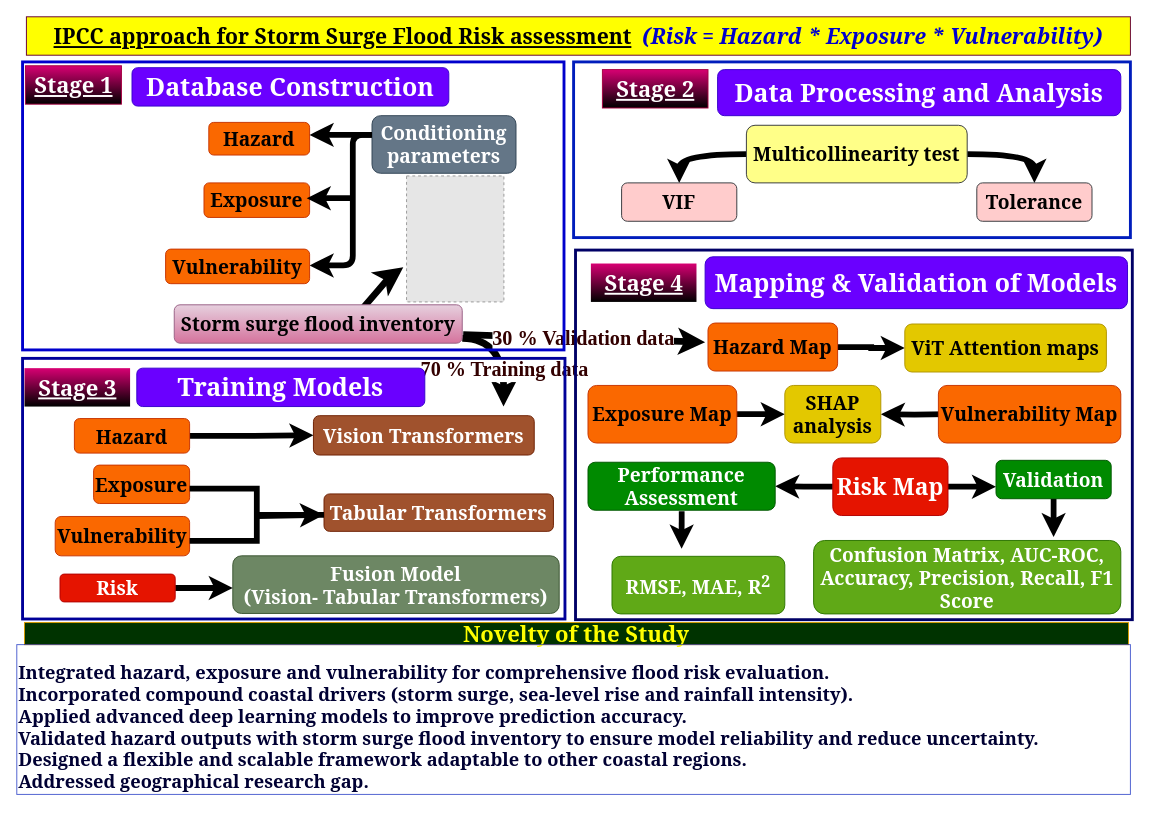
Before: page "Storm surge flood Risk" (3 of 4) of Untitled Diagram.drawio in Daawarb/Daawarb, a draw.io diagram. Source tidied: cells renumbered, new cells numbered last; positions are measured from the earlier drawing's top-left corner, leaving out a move shared by most shapes. Both pictures are drawn from the tidied source at 96%, with x=0, y=0 at pixel (16, 16). Pictures stored in the file or linked from it are replaced by grey dashed boxes.
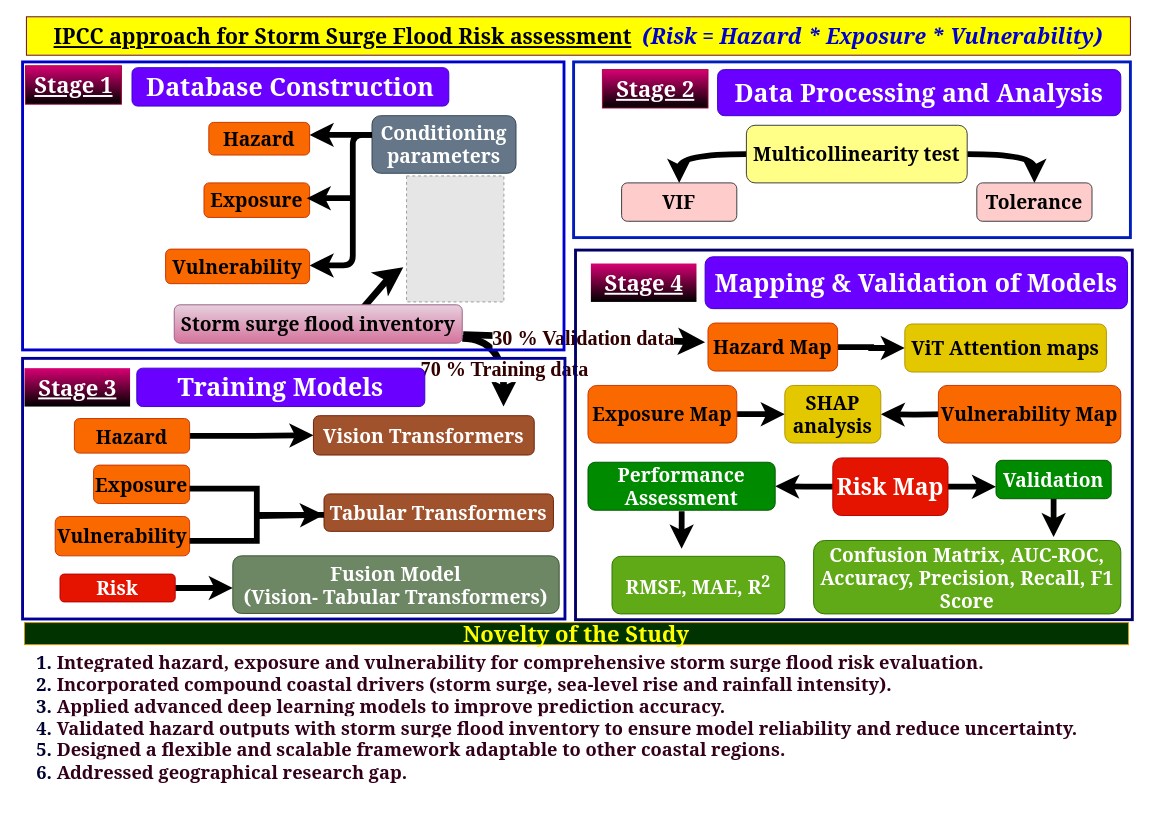
Above is the later version.

The edit, as a diff of the source:
```diff
@@
-    <mxCell id="60" value="&lt;p style=&quot;margin-bottom: 0cm;&quot;&gt;&lt;/p&gt;&lt;div style=&quot;text-align: justify;&quot;&gt;&lt;b style=&quot;color: light-dark(rgb(0, 0, 51), rgb(231, 231, 255)); font-size: 19px; font-family: Georgia; background-color: transparent;&quot;&gt;&lt;span style=&quot;background-color: transparent;&quot;&gt;Integrated hazard, exposure and&amp;nbsp;&lt;/span&gt;&lt;span style=&quot;background-color: transparent;&quot;&gt;vulnerability for comprehensive flood risk evaluation.&lt;/span&gt;&lt;/b&gt;&lt;br&gt;&lt;b style=&quot;color: light-dark(rgb(0, 0, 51), rgb(231, 231, 255)); font-size: 19px; font-family: Georgia; background-color: transparent;&quot;&gt;&lt;span style=&quot;background-color: transparent;&quot;&gt;Incorporated compound coastal drivers (storm&amp;nbsp;&lt;/span&gt;&lt;span style=&quot;background-color: transparent;&quot;&gt;surge, sea-level rise and rainfall intensity).&lt;/span&gt;&lt;/b&gt;&lt;br&gt;&lt;b style=&quot;color: light-dark(rgb(0, 0, 51), rgb(231, 231, 255)); font-size: 19px; font-family: Georgia; background-color: transparent;&quot;&gt;&lt;span style=&quot;background-color: transparent;&quot;&gt;Applied advanced deep learning models to&amp;nbsp;&lt;/span&gt;&lt;span style=&quot;background-color: transparent;&quot;&gt;improve prediction accuracy.&lt;/span&gt;&lt;/b&gt;&lt;br&gt;&lt;b style=&quot;color: light-dark(rgb(0, 0, 51), rgb(231, 231, 255)); font-size: 19px; font-family: Georgia; background-color: transparent;&quot;&gt;&lt;span style=&quot;background-color: transparent;&quot;&gt;Validated hazard outputs with storm&amp;nbsp;&lt;/span&gt;&lt;span style=&quot;background-color: transparent;&quot;&gt;surge flood inventory to ensure model reliability and reduce uncertainty.&lt;/span&gt;&lt;/b&gt;&lt;br&gt;&lt;b style=&quot;color: light-dark(rgb(0, 0, 51), rgb(231, 231, 255)); font-size: 19px; font-family: Georgia; background-color: transparent;&quot;&gt;&lt;span style=&quot;background-color: transparent;&quot;&gt;Designed a flexible and scalable&amp;nbsp;&lt;/span&gt;&lt;span style=&quot;background-color: transparent;&quot;&gt;framework adaptable to other coastal regions.&lt;/span&gt;&lt;/b&gt;&lt;br&gt;&lt;b style=&quot;color: light-dark(rgb(0, 0, 51), rgb(231, 231, 255)); font-size: 19px; font-family: Georgia; background-color: transparent;&quot;&gt;Addressed geographical research gap.&lt;/b&gt;&lt;/div&gt;" style="text;html=1;whiteSpace=wrap;strokeColor=#001DBC;fillColor=none;align=left;verticalAlign=middle;rounded=0;fontSize=16;fillStyle=auto;fontColor=#ffffff;opacity=70;glass=0;shadow=0;" parent="1" vertex="1">
-      <mxGeometry y="654" width="1160" height="156" as="geometry" />
+    <mxCell id="60" value="&lt;p style=&quot;margin-bottom: 0cm;&quot;&gt;&lt;/p&gt;&lt;b style=&quot;text-align: justify; background-color: transparent; font-size: 19px; font-family: Georgia;&quot;&gt;&lt;ol style=&quot;&quot;&gt;&lt;font style=&quot;color: light-dark(rgb(0, 0, 51), rgb(18, 18, 18));&quot;&gt;&lt;li style=&quot;&quot;&gt;&lt;b style=&quot;text-align: justify; background-color: transparent; font-size: 19px; font-family: Georgia;&quot;&gt;&lt;font style=&quot;background-color: light-dark(#ffffff, var(--ge-dark-color, #121212)); color: rgb(51, 0, 26);&quot;&gt;Integrated hazard, exposure and&amp;nbsp;vulnerability for comprehensive storm surge flood risk evaluation.&lt;/font&gt;&lt;/b&gt;&lt;/li&gt;&lt;li style=&quot;&quot;&gt;&lt;b style=&quot;text-align: justify; background-color: transparent; font-size: 19px; font-family: Georgia;&quot;&gt;&lt;font style=&quot;background-color: light-dark(#ffffff, var(--ge-dark-color, #121212)); color: rgb(51, 0, 26);&quot;&gt;Incorporated compound coastal drivers (storm&amp;nbsp;surge, sea-level rise and rainfall intensity).&lt;/font&gt;&lt;/b&gt;&lt;/li&gt;&lt;li style=&quot;&quot;&gt;&lt;b style=&quot;text-align: justify; background-color: transparent; font-size: 19px; font-family: Georgia;&quot;&gt;&lt;font style=&quot;background-color: light-dark(#ffffff, var(--ge-dark-color, #121212)); color: rgb(51, 0, 26);&quot;&gt;Applied advanced deep learning models to&amp;nbsp;improve prediction accuracy.&lt;/font&gt;&lt;/b&gt;&lt;/li&gt;&lt;li style=&quot;&quot;&gt;&lt;b style=&quot;text-align: justify; background-color: transparent; font-size: 19px; font-family: Georgia;&quot;&gt;&lt;font style=&quot;background-color: light-dark(#ffffff, var(--ge-dark-color, #121212)); color: rgb(51, 0, 26);&quot;&gt;Validated hazard outputs with storm&amp;nbsp;surge flood inventory to ensure model reliability and reduce uncertainty.&lt;/font&gt;&lt;/b&gt;&lt;/li&gt;&lt;li style=&quot;&quot;&gt;&lt;b style=&quot;text-align: justify; background-color: transparent; font-size: 19px; font-family: Georgia;&quot;&gt;&lt;font style=&quot;background-color: light-dark(#ffffff, var(--ge-dark-color, #121212)); color: rgb(51, 0, 26);&quot;&gt;Designed a flexible and scalable&amp;nbsp;framework adaptable to other coastal regions.&lt;/font&gt;&lt;/b&gt;&lt;/li&gt;&lt;li style=&quot;&quot;&gt;&lt;b style=&quot;background-color: transparent; font-size: 19px; font-family: Georgia;&quot;&gt;&lt;font style=&quot;background-color: light-dark(#ffffff, var(--ge-dark-color, #121212)); color: rgb(51, 0, 26);&quot;&gt;Addressed geographical research gap.&lt;/font&gt;&lt;/b&gt;&lt;/li&gt;&lt;/font&gt;&lt;/ol&gt;&lt;/b&gt;" style="text;html=1;whiteSpace=wrap;align=left;verticalAlign=middle;rounded=0;fontSize=16;fillStyle=solid;opacity=70;glass=0;shadow=0;" parent="1" vertex="1">
+      <mxGeometry y="657" width="1160" height="146" as="geometry" />
     </mxCell>
```
